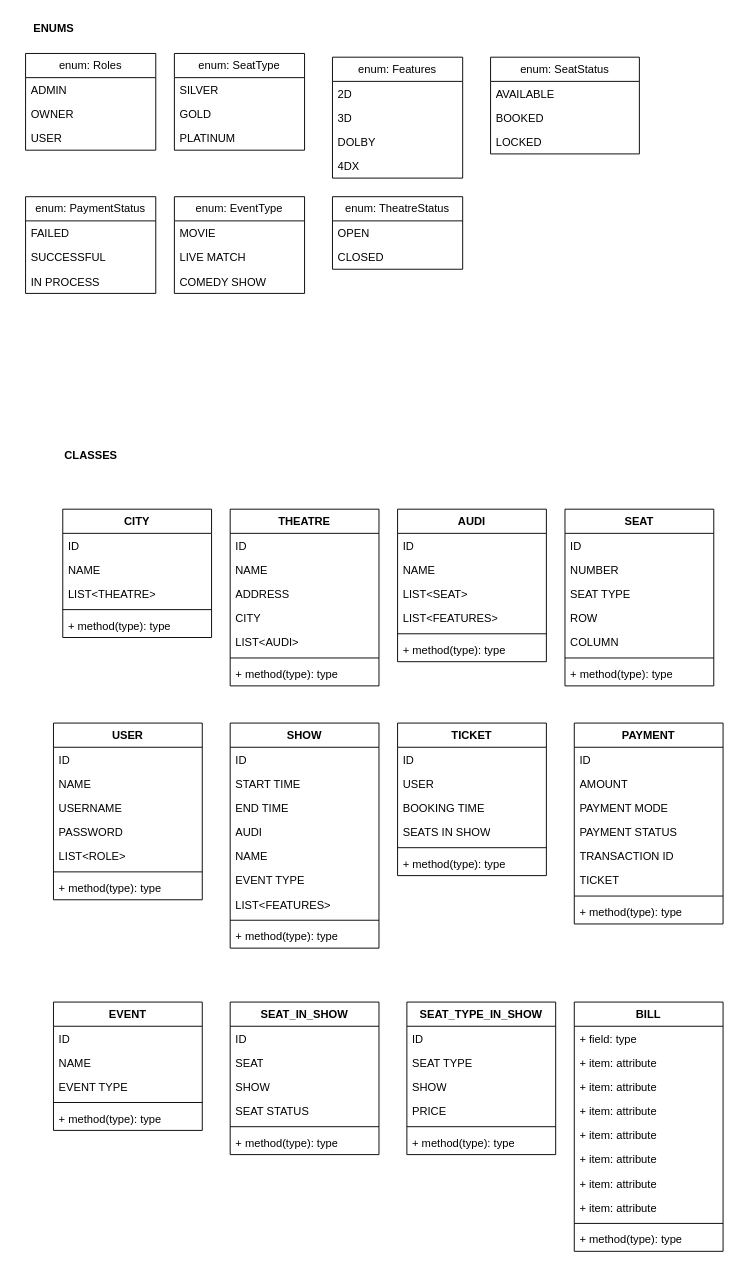
Before: BookMySHow.drawio in surajnaik90/Architectures-Designs, a draw.io diagram. Source tidied: cells renumbered, new cells numbered last; positions are measured from the earlier drawing's top-left corner, leaving out a move shared by most shapes. Both pictures are drawn from the tidied source at 93%, with x=0, y=0 at pixel (16, 16).
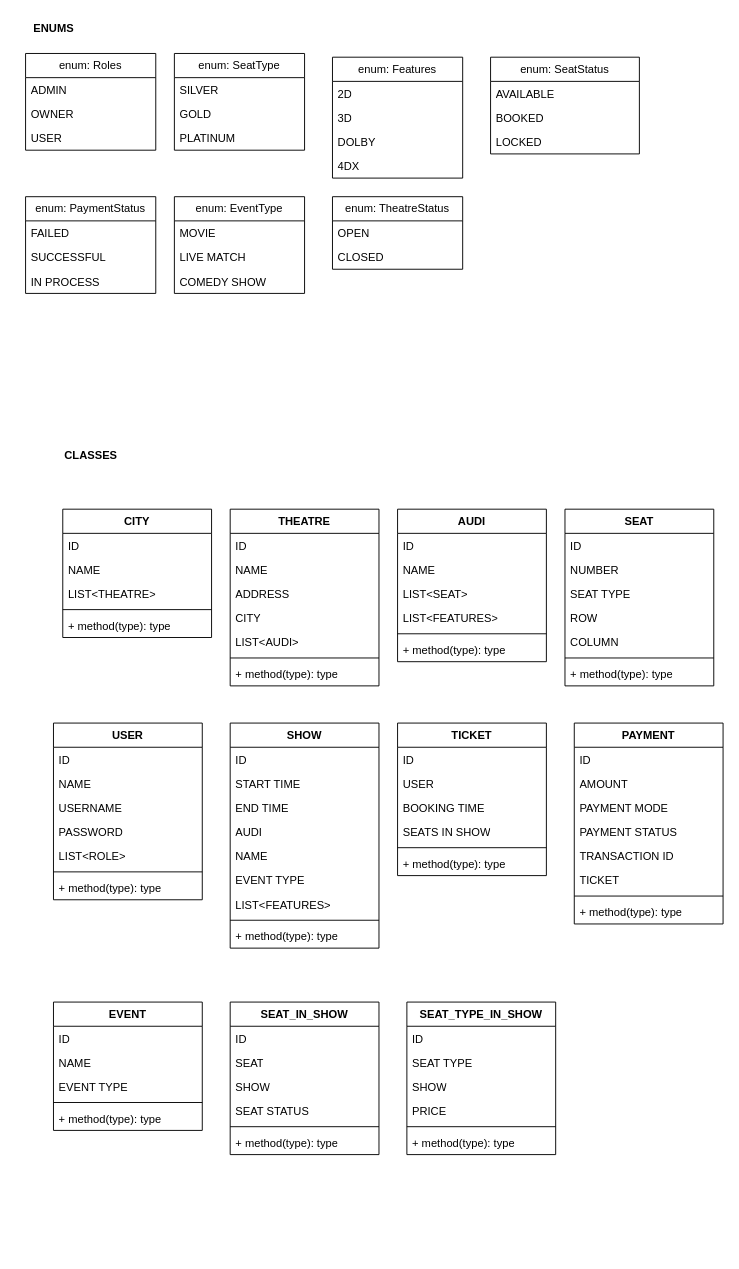
The same diagram, later.

What changed in the source:
```diff
@@
-    <mxCell id="95" value="BILL" style="swimlane;fontStyle=1;align=center;verticalAlign=top;horizontal=1;startSize=26;whiteSpace=wrap;html=1;" parent="1" vertex="1">
-      <mxGeometry x="600" y="1060" width="160" height="268" as="geometry" />
-    </mxCell>
-    <mxCell id="96" value="+ field: type" style="text;strokeColor=none;fillColor=none;align=left;verticalAlign=top;spacingLeft=4;spacingRight=4;overflow=hidden;whiteSpace=wrap;html=1;" parent="95" vertex="1">
-      <mxGeometry y="26" width="160" height="26" as="geometry" />
-    </mxCell>
-    <mxCell id="97" value="+ item: attribute" style="text;strokeColor=none;fillColor=none;align=left;verticalAlign=top;spacingLeft=4;spacingRight=4;overflow=hidden;whiteSpace=wrap;html=1;" parent="95" vertex="1">
-      <mxGeometry y="52" width="160" height="26" as="geometry" />
-    </mxCell>
-    <mxCell id="98" value="+ item: attribute" style="text;strokeColor=none;fillColor=none;align=left;verticalAlign=top;spacingLeft=4;spacingRight=4;overflow=hidden;whiteSpace=wrap;html=1;" parent="95" vertex="1">
-      <mxGeometry y="78" width="160" height="26" as="geometry" />
-    </mxCell>
-    <mxCell id="99" value="+ item: attribute" style="text;strokeColor=none;fillColor=none;align=left;verticalAlign=top;spacingLeft=4;spacingRight=4;overflow=hidden;whiteSpace=wrap;html=1;" parent="95" vertex="1">
-      <mxGeometry y="104" width="160" height="26" as="geometry" />
-    </mxCell>
-    <mxCell id="100" value="+ item: attribute" style="text;strokeColor=none;fillColor=none;align=left;verticalAlign=top;spacingLeft=4;spacingRight=4;overflow=hidden;whiteSpace=wrap;html=1;" parent="95" vertex="1">
-      <mxGeometry y="130" width="160" height="26" as="geometry" />
-    </mxCell>
-    <mxCell id="101" value="+ item: attribute" style="text;strokeColor=none;fillColor=none;align=left;verticalAlign=top;spacingLeft=4;spacingRight=4;overflow=hidden;whiteSpace=wrap;html=1;" parent="95" vertex="1">
-      <mxGeometry y="156" width="160" height="26" as="geometry" />
-    </mxCell>
-    <mxCell id="102" value="+ item: attribute" style="text;strokeColor=none;fillColor=none;align=left;verticalAlign=top;spacingLeft=4;spacingRight=4;overflow=hidden;whiteSpace=wrap;html=1;" parent="95" vertex="1">
-      <mxGeometry y="182" width="160" height="26" as="geometry" />
-    </mxCell>
-    <mxCell id="103" value="+ item: attribute" style="text;strokeColor=none;fillColor=none;align=left;verticalAlign=top;spacingLeft=4;spacingRight=4;overflow=hidden;whiteSpace=wrap;html=1;" parent="95" vertex="1">
-      <mxGeometry y="208" width="160" height="26" as="geometry" />
-    </mxCell>
-    <mxCell id="104" style="line;strokeWidth=1;fillColor=none;align=left;verticalAlign=middle;spacingTop=-1;spacingLeft=3;spacingRight=3;labelPosition=right;strokeColor=inherit;" parent="95" vertex="1">
-      <mxGeometry y="234" width="160" height="8" as="geometry" />
-    </mxCell>
-    <mxCell id="105" value="+ method(type): type" style="text;strokeColor=none;fillColor=none;align=left;verticalAlign=top;spacingLeft=4;spacingRight=4;overflow=hidden;whiteSpace=wrap;html=1;" parent="95" vertex="1">
-      <mxGeometry y="242" width="160" height="26" as="geometry" />
-    </mxCell>
```
